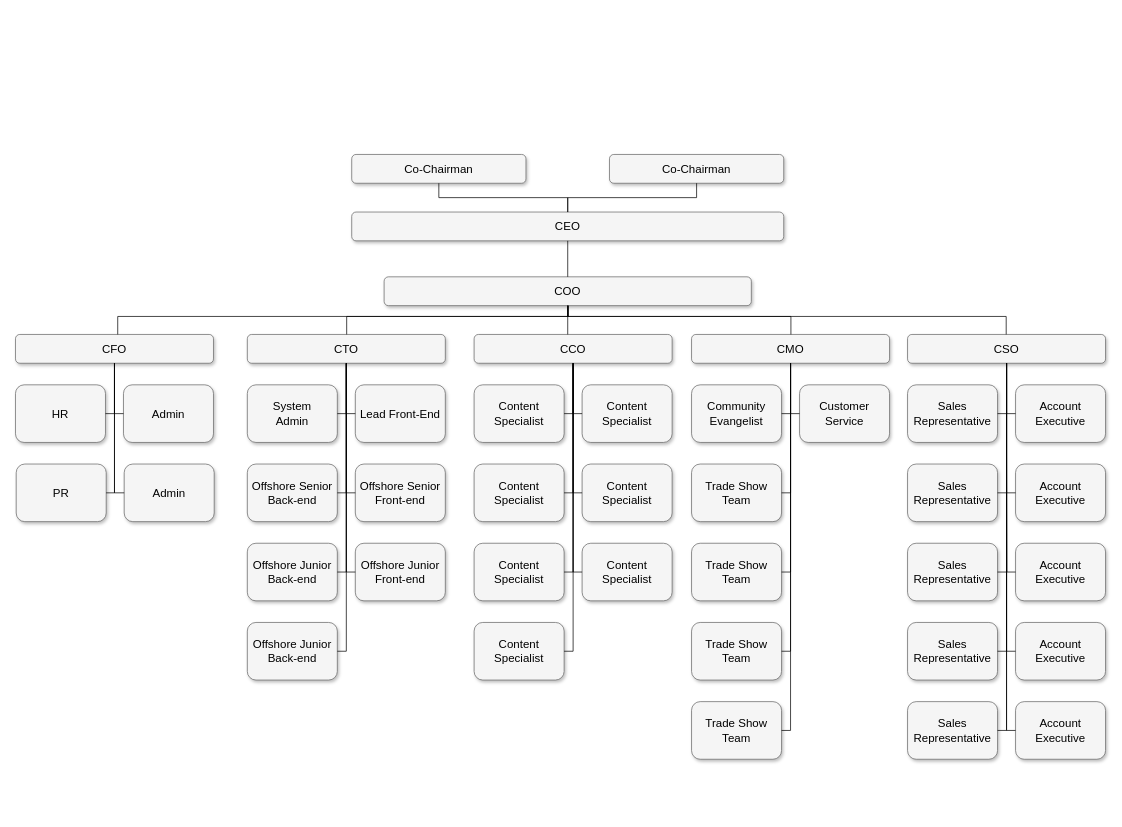
Above: Untitled Diagram.drawio in hahalin/ASPNETClass (draw.io), before the change. Source tidied: cells renumbered, new cells numbered last; positions are measured from the earlier drawing's top-left corner, leaving out a move shared by most shapes. Both pictures are drawn from the tidied source at 72%, with x=0, y=0 at pixel (15, 154).
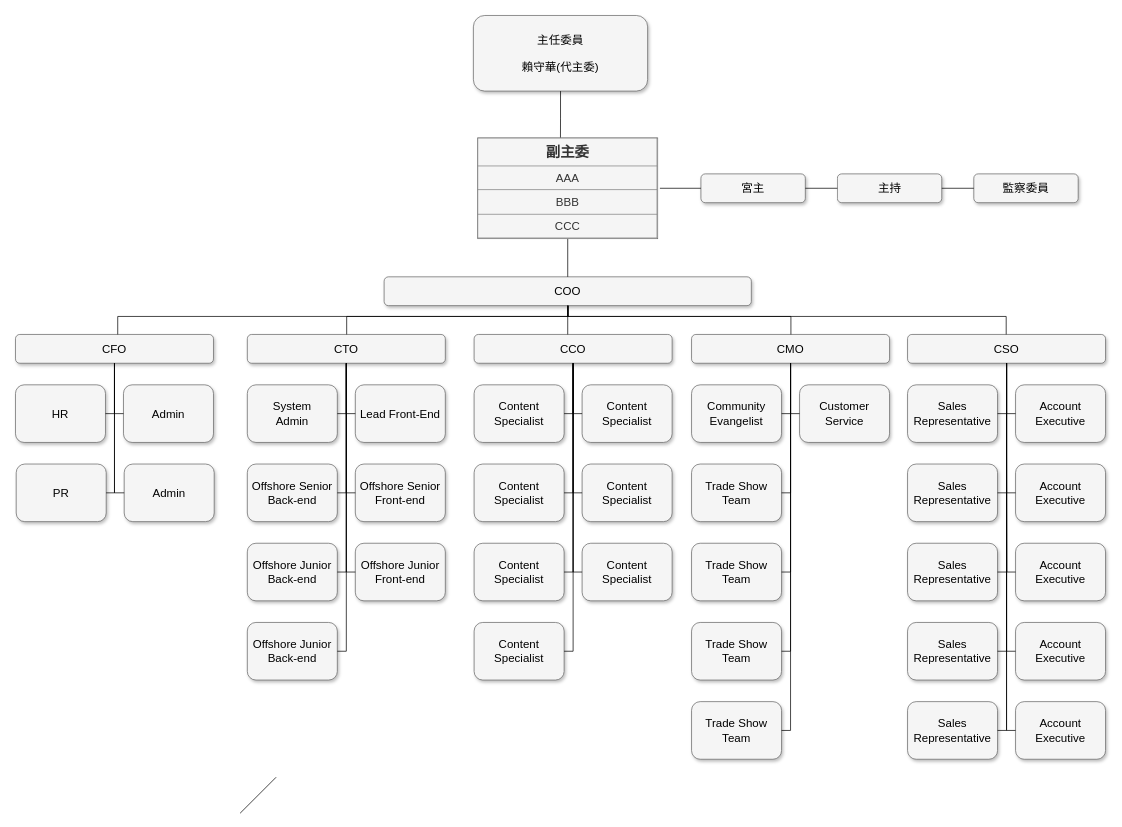
The same page after the edit.

Commit message (it also covers changes not shown here):
寶聖委員會組織圖.drawio

The change refers to these unchanged cells:
```xml
<mxCell id="4" value="COO" style="whiteSpace=wrap;html=1;rounded=1;shadow=1;strokeWidth=1;fontSize=16;align=center;fillColor=#f5f5f5;strokeColor=#666666;" parent="1" vertex="1">
  <mxGeometry x="512" y="170" width="510" height="40" as="geometry" />
</mxCell>
```

Diff of the diagram source:
```diff
@@
-    <mxCell id="2" value="Co-Chairman" style="whiteSpace=wrap;html=1;rounded=1;shadow=1;strokeWidth=1;fontSize=16;align=center;fillColor=#f5f5f5;strokeColor=#666666;" parent="1" vertex="1">
-      <mxGeometry x="825" width="242" height="40" as="geometry" />
-    </mxCell>
-    <mxCell id="3" value="CEO" style="whiteSpace=wrap;html=1;rounded=1;shadow=1;strokeWidth=1;fontSize=16;align=center;fillColor=#f5f5f5;strokeColor=#666666;" parent="1" vertex="1">
-      <mxGeometry x="467" y="80" width="600" height="40" as="geometry" />
-    </mxCell>
@@
-    <mxCell id="40" value="Co-Chairman" style="whiteSpace=wrap;html=1;rounded=1;shadow=1;strokeWidth=1;fontSize=16;align=center;fillColor=#f5f5f5;strokeColor=#666666;" parent="1" vertex="1">
-      <mxGeometry x="467" width="242" height="40" as="geometry" />
+    <mxCell id="40" value="主任委員&lt;br&gt;&lt;br&gt;賴守華(代主委)&lt;br&gt;" style="whiteSpace=wrap;html=1;rounded=1;shadow=1;strokeWidth=1;fontSize=16;align=center;fillColor=#f5f5f5;strokeColor=#666666;" parent="1" vertex="1">
+      <mxGeometry x="636" y="-193" width="242" height="105" as="geometry" />
     </mxCell>
@@
-    <mxCell id="45" style="edgeStyle=orthogonalEdgeStyle;html=1;startSize=6;endFill=0;endSize=6;strokeWidth=1;fontSize=16;rounded=0;endArrow=none;" parent="1" edge="1" source="40" target="3">
-      <mxGeometry relative="1" as="geometry" />
+    <mxCell id="45" style="edgeStyle=orthogonalEdgeStyle;html=1;startSize=6;endFill=0;endSize=6;strokeWidth=1;fontSize=16;rounded=0;endArrow=none;" parent="1" edge="1" source="40">
+      <mxGeometry relative="1" as="geometry">
+        <mxPoint x="756.9" y="-13" as="targetPoint" />
+      </mxGeometry>
     </mxCell>
-    <mxCell id="46" style="edgeStyle=orthogonalEdgeStyle;html=1;startSize=6;endFill=0;endSize=6;strokeWidth=1;fontSize=16;rounded=0;endArrow=none;" parent="1" edge="1" source="2" target="3">
-      <mxGeometry relative="1" as="geometry" />
-    </mxCell>
-    <mxCell id="47" style="edgeStyle=orthogonalEdgeStyle;html=1;startSize=6;endFill=0;endSize=6;strokeWidth=1;fontSize=16;rounded=0;endArrow=none;" parent="1" edge="1" source="3" target="4">
+    <mxCell id="47" style="edgeStyle=orthogonalEdgeStyle;html=1;startSize=6;endFill=0;endSize=6;strokeWidth=1;fontSize=16;rounded=0;endArrow=none;" parent="1" edge="1" source="94" target="4">
       <mxGeometry relative="1" as="geometry" />
     </mxCell>
@@
+    <mxCell id="87" value="宮主" style="whiteSpace=wrap;html=1;rounded=1;shadow=1;strokeWidth=1;fontSize=16;align=center;fillColor=#f5f5f5;strokeColor=#666666;" parent="1" vertex="1">
+      <mxGeometry x="952" y="27" width="145" height="40" as="geometry" />
+    </mxCell>
+    <mxCell id="88" value="主持" style="whiteSpace=wrap;html=1;rounded=1;shadow=1;strokeWidth=1;fontSize=16;align=center;fillColor=#f5f5f5;strokeColor=#666666;" parent="1" vertex="1">
+      <mxGeometry x="1141.5" y="27" width="145" height="40" as="geometry" />
+    </mxCell>
+    <mxCell id="89" value="監察委員" style="whiteSpace=wrap;html=1;rounded=1;shadow=1;strokeWidth=1;fontSize=16;align=center;fillColor=#f5f5f5;strokeColor=#666666;" parent="1" vertex="1">
+      <mxGeometry x="1331" y="27" width="145" height="40" as="geometry" />
+    </mxCell>
+    <mxCell id="90" style="endArrow=none;html=1;" parent="1" edge="1">
+      <mxGeometry relative="1" as="geometry">
+        <mxPoint x="312" y="915" as="sourcePoint" />
+        <mxPoint x="362" y="865" as="targetPoint" />
+      </mxGeometry>
+    </mxCell>
+    <mxCell id="91" style="endArrow=none;html=1;entryX=0;entryY=0.5;entryDx=0;entryDy=0;" parent="1" edge="1" target="87">
+      <mxGeometry relative="1" as="geometry">
+        <mxPoint x="895" y="47" as="sourcePoint" />
+      </mxGeometry>
+    </mxCell>
+    <mxCell id="92" style="endArrow=none;html=1;exitX=1;exitY=0.5;exitDx=0;exitDy=0;entryX=0;entryY=0.5;entryDx=0;entryDy=0;" parent="1" edge="1" source="87" target="88">
+      <mxGeometry relative="1" as="geometry" />
+    </mxCell>
+    <mxCell id="93" style="endArrow=none;html=1;exitX=1;exitY=0.5;exitDx=0;exitDy=0;entryX=0;entryY=0.5;entryDx=0;entryDy=0;" parent="1" edge="1" source="88" target="89">
+      <mxGeometry relative="1" as="geometry" />
+    </mxCell>
+    <mxCell id="94" value="&lt;table border=&quot;1&quot; width=&quot;100%&quot; cellpadding=&quot;4&quot; style=&quot;width: 100% ; height: 100% ; border-collapse: collapse ; font-size: 16px&quot;&gt;&lt;tbody&gt;&lt;tr&gt;&lt;th align=&quot;center&quot;&gt;&lt;b&gt;&lt;font style=&quot;font-size: 20px&quot;&gt;副主委&lt;/font&gt;&lt;/b&gt;&lt;/th&gt;&lt;/tr&gt;&lt;tr&gt;&lt;td align=&quot;center&quot;&gt;&lt;font style=&quot;font-size: 16px&quot;&gt;AAA&lt;br&gt;&lt;/font&gt;&lt;/td&gt;&lt;/tr&gt;&lt;tr&gt;&lt;td align=&quot;center&quot;&gt;&lt;font style=&quot;font-size: 16px&quot;&gt;BBB&lt;/font&gt;&lt;/td&gt;&lt;/tr&gt;&lt;tr&gt;&lt;td style=&quot;text-align: center&quot;&gt;&lt;font style=&quot;font-size: 16px&quot;&gt;CCC&lt;/font&gt;&lt;/td&gt;&lt;/tr&gt;&lt;/tbody&gt;&lt;/table&gt;&lt;br style=&quot;font-size: 16px&quot;&gt;" style="text;html=1;overflow=fill;rounded=0;fillColor=#f5f5f5;strokeColor=#666666;fontColor=#333333;" parent="1" vertex="1">
+      <mxGeometry x="642" y="-23" width="250" height="140" as="geometry" />
+    </mxCell>
```
